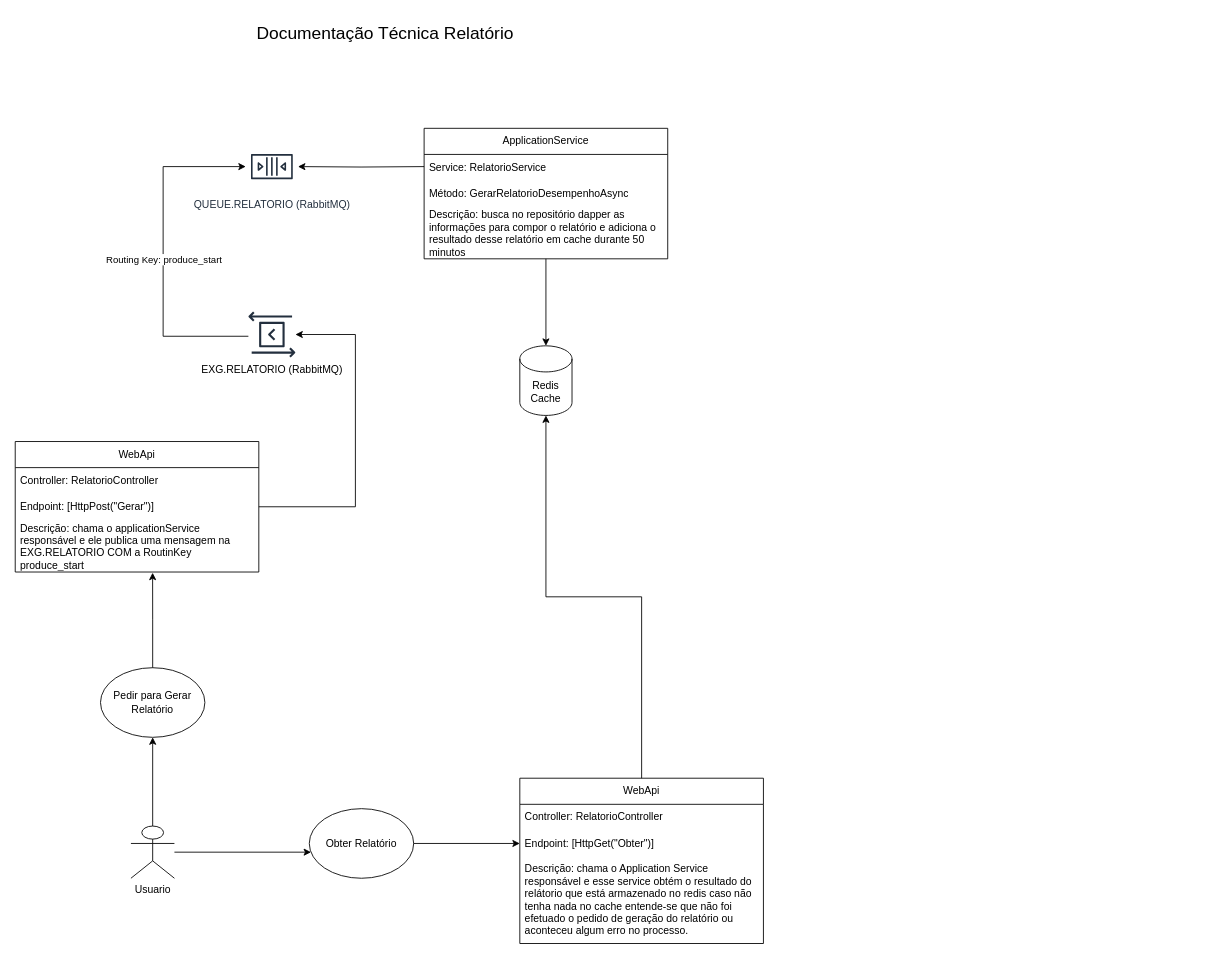
Above: Documentacao/DocumentacaoTecnicaRelatorio.drawio in martinsjpa5/DesafioEclipseWorks (draw.io), before the change. Source tidied: cells renumbered, new cells numbered last; positions are measured from the earlier drawing's top-left corner, leaving out a move shared by most shapes. Both pictures are drawn from the tidied source at 87%, with x=0, y=0 at pixel (15, 15). Pictures stored in the file or linked from it are replaced by grey dashed boxes.
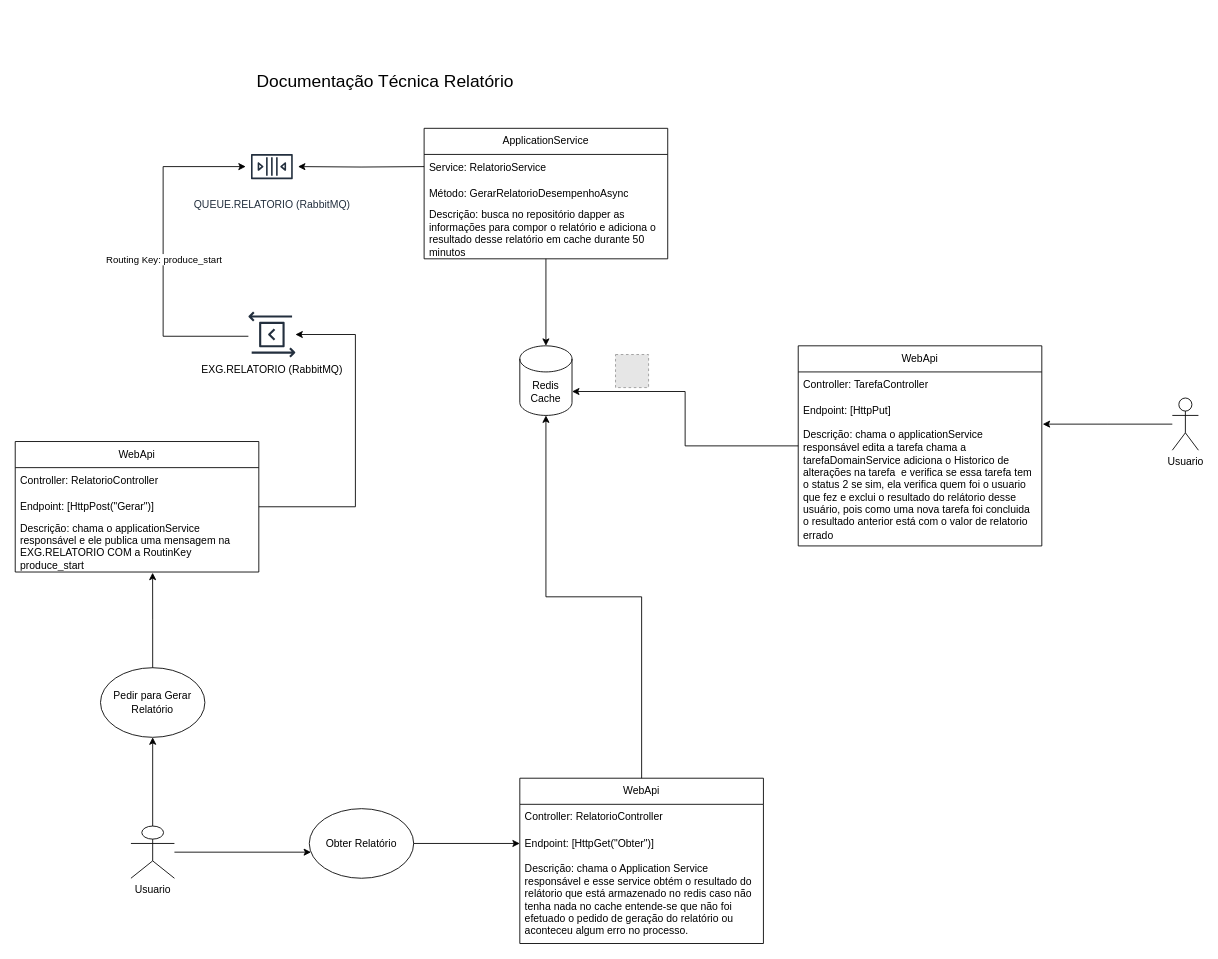
The same page after the edit.

Commit message:
chore: adicionando documentação

Unchanged cells that the change refers to:
```xml
<mxCell id="13" value="Redis Cache" style="shape=cylinder3;whiteSpace=wrap;html=1;boundedLbl=1;backgroundOutline=1;size=15;fillColor=none;" parent="1" vertex="1">
  <mxGeometry x="580" y="380" width="60" height="80" as="geometry" />
</mxCell>
```

Diff of the diagram source:
```diff
@@
     <mxCell id="2" value="Documentação Técnica Relatório" style="text;html=1;align=center;verticalAlign=middle;strokeColor=none;fillColor=none;fontSize=20;" parent="1" vertex="1">
-      <mxGeometry x="265" width="320" height="40" as="geometry" />
+      <mxGeometry x="265" y="55" width="320" height="40" as="geometry" />
     </mxCell>
@@
+    <mxCell id="32" value="Usuario" style="shape=umlActor;verticalLabelPosition=bottom;verticalAlign=top;html=1;outlineConnect=0;" parent="1" vertex="1">
+      <mxGeometry x="1330" y="440" width="30" height="60" as="geometry" />
+    </mxCell>
+    <mxCell id="33" value="WebApi" style="swimlane;fontStyle=0;horizontal=1;startSize=30;whiteSpace=wrap;html=1;" parent="1" vertex="1">
+      <mxGeometry x="900" y="380" width="280" height="230" as="geometry" />
+    </mxCell>
+    <mxCell id="34" value="Controller: TarefaController" style="text;strokeColor=none;fillColor=none;align=left;verticalAlign=middle;spacingLeft=4;spacingRight=4;overflow=hidden;whiteSpace=wrap;html=1;" parent="33" vertex="1">
+      <mxGeometry y="30" width="280" height="30" as="geometry" />
+    </mxCell>
+    <mxCell id="35" value="Endpoint: [HttpPut]" style="text;strokeColor=none;fillColor=none;align=left;verticalAlign=middle;spacingLeft=4;spacingRight=4;overflow=hidden;whiteSpace=wrap;html=1;" parent="33" vertex="1">
+      <mxGeometry y="60" width="280" height="30" as="geometry" />
+    </mxCell>
+    <mxCell id="36" value="Descrição: chama o applicationService responsável edita a tarefa chama a tarefaDomainService adiciona o Historico de alterações na tarefa&amp;nbsp; e verifica se essa tarefa tem o status 2 se sim, ela verifica quem foi o usuario que fez e exclui o resultado do relátorio desse usuário, pois como uma nova tarefa foi concluida o resultado anterior está com o valor de relatorio errado" style="text;strokeColor=none;fillColor=none;align=left;verticalAlign=middle;spacingLeft=4;spacingRight=4;overflow=hidden;whiteSpace=wrap;html=1;" parent="33" vertex="1">
+      <mxGeometry y="90" width="280" height="140" as="geometry" />
+    </mxCell>
+    <mxCell id="37" style="edgeStyle=orthogonalEdgeStyle;rounded=0;jettySize=auto;html=1;" parent="1" edge="1" source="32">
+      <mxGeometry relative="1" as="geometry">
+        <mxPoint x="1181" y="470" as="targetPoint" />
+      </mxGeometry>
+    </mxCell>
+    <mxCell id="38" style="edgeStyle=orthogonalEdgeStyle;rounded=0;jettySize=auto;html=1;entryX=1;entryY=0;entryDx=0;entryDy=52.5;entryPerimeter=0;" parent="1" edge="1" source="33" target="13">
+      <mxGeometry relative="1" as="geometry" />
+    </mxCell>
+    <mxCell id="39" style="fillColor=#E6E6E6;strokeColor=#999999;dashed=1;html=1;verticalAlign=top;verticalLabelPosition=bottom;labelBackgroundColor=#ffffff;" parent="1" vertex="1">
+      <mxGeometry x="690" y="390" width="38" height="38" as="geometry" />
+    </mxCell>
```
